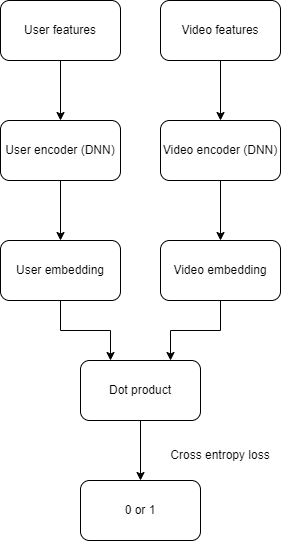
This is machine-learning/image/machine-learning-system-design-1/video-recommendation-system-3.png from riehseun/riehseun.github.io, a draw.io export, as it was before one commit. Source tidied: cells renumbered, new cells last; positions are measured from the earlier drawing's top-left corner, leaving out a move shared by most shapes. Source of this version:
```xml
<mxGraphModel>
  <root>
    <mxCell id="0" />
    <mxCell id="1" parent="0" />
    <mxCell id="2" style="edgeStyle=orthogonalEdgeStyle;rounded=0;jettySize=auto;html=1;exitX=0.5;exitY=1;exitDx=0;exitDy=0;entryX=0.5;entryY=0;entryDx=0;entryDy=0;" parent="1" edge="1" source="3" target="7">
      <mxGeometry relative="1" as="geometry" />
    </mxCell>
    <mxCell id="3" value="User features" style="rounded=1;whiteSpace=wrap;html=1;" parent="1" vertex="1">
      <mxGeometry width="120" height="60" as="geometry" />
    </mxCell>
    <mxCell id="4" style="edgeStyle=orthogonalEdgeStyle;rounded=0;jettySize=auto;html=1;exitX=0.5;exitY=1;exitDx=0;exitDy=0;" parent="1" edge="1" source="5" target="9">
      <mxGeometry relative="1" as="geometry" />
    </mxCell>
    <mxCell id="5" value="Video features" style="rounded=1;whiteSpace=wrap;html=1;" parent="1" vertex="1">
      <mxGeometry x="160" width="120" height="60" as="geometry" />
    </mxCell>
    <mxCell id="6" style="edgeStyle=orthogonalEdgeStyle;rounded=0;jettySize=auto;html=1;exitX=0.5;exitY=1;exitDx=0;exitDy=0;entryX=0.5;entryY=0;entryDx=0;entryDy=0;" parent="1" edge="1" source="7" target="11">
      <mxGeometry relative="1" as="geometry" />
    </mxCell>
    <mxCell id="7" value="User encoder (DNN)" style="rounded=1;whiteSpace=wrap;html=1;" parent="1" vertex="1">
      <mxGeometry y="120" width="120" height="60" as="geometry" />
    </mxCell>
    <mxCell id="8" style="edgeStyle=orthogonalEdgeStyle;rounded=0;jettySize=auto;html=1;exitX=0.5;exitY=1;exitDx=0;exitDy=0;entryX=0.5;entryY=0;entryDx=0;entryDy=0;" parent="1" edge="1" source="9" target="13">
      <mxGeometry relative="1" as="geometry" />
    </mxCell>
    <mxCell id="9" value="Video encoder (DNN)" style="rounded=1;whiteSpace=wrap;html=1;" parent="1" vertex="1">
      <mxGeometry x="160" y="120" width="120" height="60" as="geometry" />
    </mxCell>
    <mxCell id="10" style="edgeStyle=orthogonalEdgeStyle;rounded=0;jettySize=auto;html=1;exitX=0.5;exitY=1;exitDx=0;exitDy=0;entryX=0.25;entryY=0;entryDx=0;entryDy=0;" parent="1" edge="1" source="11" target="15">
      <mxGeometry relative="1" as="geometry" />
    </mxCell>
    <mxCell id="11" value="User embedding" style="rounded=1;whiteSpace=wrap;html=1;" parent="1" vertex="1">
      <mxGeometry y="240" width="120" height="60" as="geometry" />
    </mxCell>
    <mxCell id="12" style="edgeStyle=orthogonalEdgeStyle;rounded=0;jettySize=auto;html=1;exitX=0.5;exitY=1;exitDx=0;exitDy=0;entryX=0.75;entryY=0;entryDx=0;entryDy=0;" parent="1" edge="1" source="13" target="15">
      <mxGeometry relative="1" as="geometry" />
    </mxCell>
    <mxCell id="13" value="Video embedding" style="rounded=1;whiteSpace=wrap;html=1;" parent="1" vertex="1">
      <mxGeometry x="160" y="240" width="120" height="60" as="geometry" />
    </mxCell>
    <mxCell id="14" style="edgeStyle=orthogonalEdgeStyle;rounded=0;jettySize=auto;html=1;exitX=0.5;exitY=1;exitDx=0;exitDy=0;entryX=0.5;entryY=0;entryDx=0;entryDy=0;" parent="1" edge="1" source="15" target="16">
      <mxGeometry relative="1" as="geometry" />
    </mxCell>
    <mxCell id="15" value="Dot product" style="rounded=1;whiteSpace=wrap;html=1;" parent="1" vertex="1">
      <mxGeometry x="80" y="360" width="120" height="60" as="geometry" />
    </mxCell>
    <mxCell id="16" value="0 or 1" style="rounded=1;whiteSpace=wrap;html=1;" parent="1" vertex="1">
      <mxGeometry x="80" y="480" width="120" height="60" as="geometry" />
    </mxCell>
    <mxCell id="17" value="Cross entropy loss" style="text;html=1;strokeColor=none;fillColor=none;align=center;verticalAlign=middle;whiteSpace=wrap;rounded=0;" parent="1" vertex="1">
      <mxGeometry x="160" y="440" width="120" height="30" as="geometry" />
    </mxCell>
  </root>
</mxGraphModel>
```
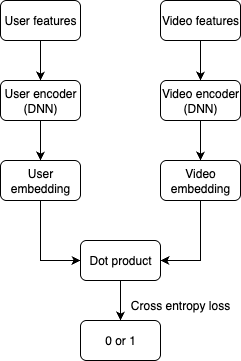
The same diagram one commit later.

What changed in the source:
```diff
@@ -6,49 +6,49 @@
       <mxGeometry relative="1" as="geometry" />
     </mxCell>
     <mxCell id="3" value="User features" style="rounded=1;whiteSpace=wrap;html=1;" parent="1" vertex="1">
-      <mxGeometry width="120" height="60" as="geometry" />
+      <mxGeometry width="80" height="40" as="geometry" />
     </mxCell>
     <mxCell id="4" style="edgeStyle=orthogonalEdgeStyle;rounded=0;jettySize=auto;html=1;exitX=0.5;exitY=1;exitDx=0;exitDy=0;" parent="1" edge="1" source="5" target="9">
       <mxGeometry relative="1" as="geometry" />
     </mxCell>
     <mxCell id="5" value="Video features" style="rounded=1;whiteSpace=wrap;html=1;" parent="1" vertex="1">
-      <mxGeometry x="160" width="120" height="60" as="geometry" />
+      <mxGeometry x="160" width="80" height="40" as="geometry" />
     </mxCell>
     <mxCell id="6" style="edgeStyle=orthogonalEdgeStyle;rounded=0;jettySize=auto;html=1;exitX=0.5;exitY=1;exitDx=0;exitDy=0;entryX=0.5;entryY=0;entryDx=0;entryDy=0;" parent="1" edge="1" source="7" target="11">
       <mxGeometry relative="1" as="geometry" />
     </mxCell>
     <mxCell id="7" value="User encoder (DNN)" style="rounded=1;whiteSpace=wrap;html=1;" parent="1" vertex="1">
-      <mxGeometry y="120" width="120" height="60" as="geometry" />
+      <mxGeometry y="80" width="80" height="40" as="geometry" />
     </mxCell>
     <mxCell id="8" style="edgeStyle=orthogonalEdgeStyle;rounded=0;jettySize=auto;html=1;exitX=0.5;exitY=1;exitDx=0;exitDy=0;entryX=0.5;entryY=0;entryDx=0;entryDy=0;" parent="1" edge="1" source="9" target="13">
       <mxGeometry relative="1" as="geometry" />
     </mxCell>
     <mxCell id="9" value="Video encoder (DNN)" style="rounded=1;whiteSpace=wrap;html=1;" parent="1" vertex="1">
-      <mxGeometry x="160" y="120" width="120" height="60" as="geometry" />
+      <mxGeometry x="160" y="80" width="80" height="40" as="geometry" />
     </mxCell>
-    <mxCell id="10" style="edgeStyle=orthogonalEdgeStyle;rounded=0;jettySize=auto;html=1;exitX=0.5;exitY=1;exitDx=0;exitDy=0;entryX=0.25;entryY=0;entryDx=0;entryDy=0;" parent="1" edge="1" source="11" target="15">
+    <mxCell id="10" style="edgeStyle=orthogonalEdgeStyle;rounded=0;jettySize=auto;html=1;exitX=0.5;exitY=1;exitDx=0;exitDy=0;entryX=0;entryY=0.5;entryDx=0;entryDy=0;" parent="1" edge="1" source="11" target="15">
       <mxGeometry relative="1" as="geometry" />
     </mxCell>
     <mxCell id="11" value="User embedding" style="rounded=1;whiteSpace=wrap;html=1;" parent="1" vertex="1">
-      <mxGeometry y="240" width="120" height="60" as="geometry" />
+      <mxGeometry y="160" width="80" height="40" as="geometry" />
     </mxCell>
-    <mxCell id="12" style="edgeStyle=orthogonalEdgeStyle;rounded=0;jettySize=auto;html=1;exitX=0.5;exitY=1;exitDx=0;exitDy=0;entryX=0.75;entryY=0;entryDx=0;entryDy=0;" parent="1" edge="1" source="13" target="15">
+    <mxCell id="12" style="edgeStyle=orthogonalEdgeStyle;rounded=0;jettySize=auto;html=1;exitX=0.5;exitY=1;exitDx=0;exitDy=0;entryX=1;entryY=0.5;entryDx=0;entryDy=0;" parent="1" edge="1" source="13" target="15">
       <mxGeometry relative="1" as="geometry" />
     </mxCell>
     <mxCell id="13" value="Video embedding" style="rounded=1;whiteSpace=wrap;html=1;" parent="1" vertex="1">
-      <mxGeometry x="160" y="240" width="120" height="60" as="geometry" />
+      <mxGeometry x="160" y="160" width="80" height="40" as="geometry" />
     </mxCell>
     <mxCell id="14" style="edgeStyle=orthogonalEdgeStyle;rounded=0;jettySize=auto;html=1;exitX=0.5;exitY=1;exitDx=0;exitDy=0;entryX=0.5;entryY=0;entryDx=0;entryDy=0;" parent="1" edge="1" source="15" target="16">
       <mxGeometry relative="1" as="geometry" />
     </mxCell>
     <mxCell id="15" value="Dot product" style="rounded=1;whiteSpace=wrap;html=1;" parent="1" vertex="1">
-      <mxGeometry x="80" y="360" width="120" height="60" as="geometry" />
+      <mxGeometry x="80" y="240" width="80" height="40" as="geometry" />
     </mxCell>
     <mxCell id="16" value="0 or 1" style="rounded=1;whiteSpace=wrap;html=1;" parent="1" vertex="1">
-      <mxGeometry x="80" y="480" width="120" height="60" as="geometry" />
+      <mxGeometry x="80" y="320" width="80" height="40" as="geometry" />
     </mxCell>
     <mxCell id="17" value="Cross entropy loss" style="text;html=1;strokeColor=none;fillColor=none;align=center;verticalAlign=middle;whiteSpace=wrap;rounded=0;" parent="1" vertex="1">
-      <mxGeometry x="160" y="440" width="120" height="30" as="geometry" />
+      <mxGeometry x="120" y="290" width="120" height="30" as="geometry" />
     </mxCell>
   </root>
 </mxGraphModel>
```
